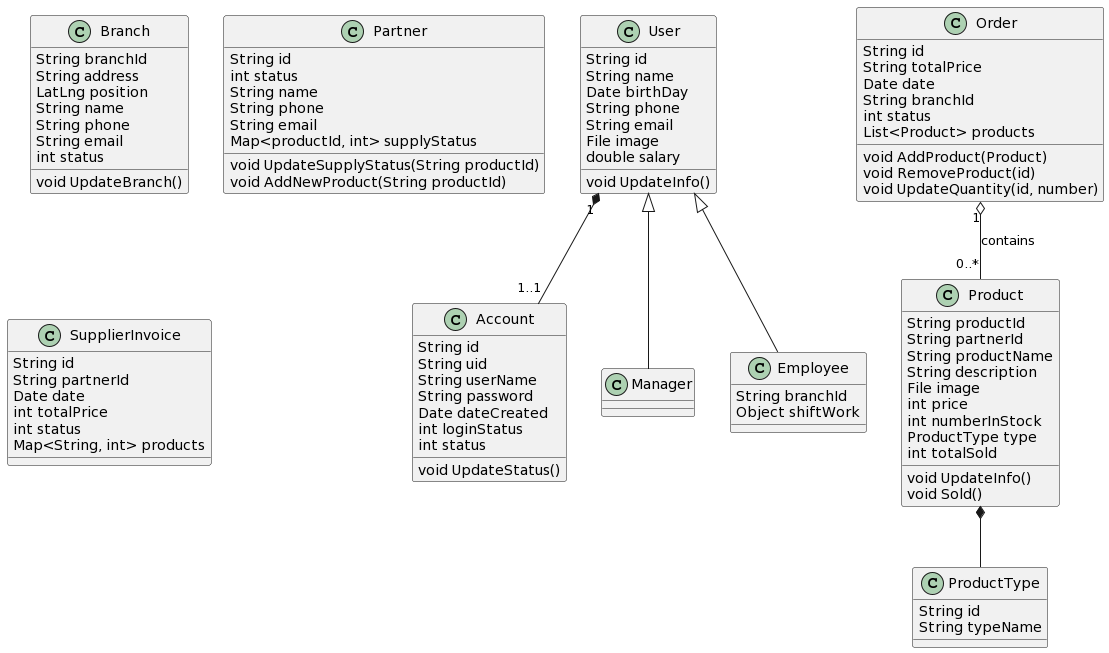
Earlier version of the PlantUML export Lab 1/Lab 1.2/class_diagram/class.png (H1eu69/SE357-Pratice-class).
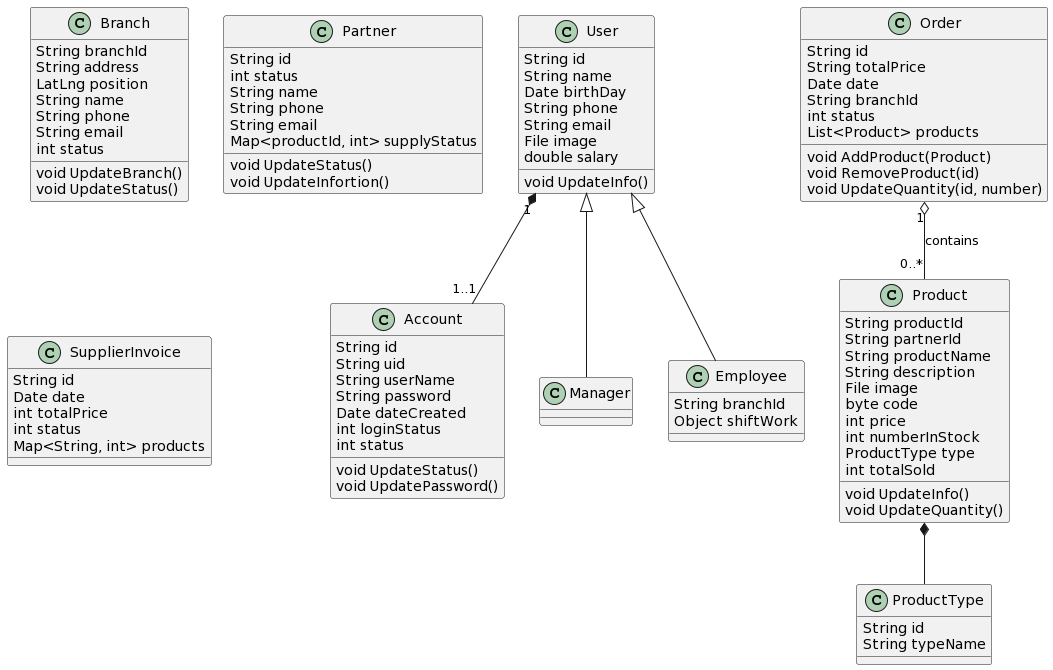
The same diagram one commit later.

The edit, as a diff of the source:
```diff
@@ -11,6 +11,7 @@
   int status
 
   void UpdateStatus()
+  void UpdatePassword()
 }
 
 class User {
@@ -38,13 +39,14 @@
   String productName
   String description
   File image
+  byte code
   int price
   int numberInStock
   ProductType type
   int totalSold
 
   void UpdateInfo()
-  void Sold()
+  void UpdateQuantity()
 }
 
 class ProductType {
@@ -75,6 +77,7 @@
   int status
 
   void UpdateBranch()
+  void UpdateStatus()
 }
 
 class Partner {
@@ -85,13 +88,12 @@
   String email
   Map<productId, int> supplyStatus
 
-  void UpdateSupplyStatus(String productId)
-  void AddNewProduct(String productId)
+  void UpdateStatus()
+  void UpdateInfortion()
 }
 
 class SupplierInvoice {
   String id
-  String partnerId
   Date date
   int totalPrice
   int status
```
